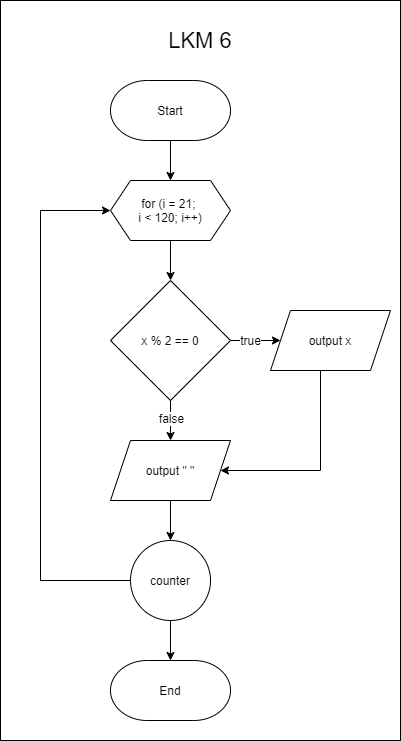
merizqiardi/Tugas-Perulangan keeps this draw.io diagram as 2. LKM 6/LKM PD 6 Flowchart.png. Above is the earlier version. Source tidied: cells renumbered, new cells last; positions are measured from the earlier drawing's top-left corner, leaving out a move shared by most shapes. Its diagram source:
```xml
<mxGraphModel>
  <root>
    <mxCell id="0" />
    <mxCell id="1" parent="0" />
    <mxCell id="2" style="rounded=0;whiteSpace=wrap;html=1;strokeColor=#000000;strokeWidth=1;fontSize=12;" parent="1" vertex="1">
      <mxGeometry width="400" height="740" as="geometry" />
    </mxCell>
    <mxCell id="3" style="edgeStyle=orthogonalEdgeStyle;rounded=0;jettySize=auto;html=1;" parent="1" edge="1" source="4" target="11">
      <mxGeometry relative="1" as="geometry" />
    </mxCell>
    <mxCell id="4" value="for (i = 21;&amp;nbsp;&lt;br&gt;i &amp;lt; 120; i++)" style="shape=hexagon;perimeter=hexagonPerimeter2;whiteSpace=wrap;html=1;fixedSize=1;" parent="1" vertex="1">
      <mxGeometry x="110" y="180" width="120" height="60" as="geometry" />
    </mxCell>
    <mxCell id="5" style="edgeStyle=orthogonalEdgeStyle;rounded=0;jettySize=auto;html=1;fontSize=12;" parent="1" edge="1" source="6" target="4">
      <mxGeometry relative="1" as="geometry" />
    </mxCell>
    <mxCell id="6" value="Start" style="strokeWidth=1;html=1;shape=mxgraph.flowchart.terminator;whiteSpace=wrap;" parent="1" vertex="1">
      <mxGeometry x="110" y="80" width="120" height="60" as="geometry" />
    </mxCell>
    <mxCell id="7" style="edgeStyle=orthogonalEdgeStyle;rounded=0;jettySize=auto;html=1;" parent="1" edge="1" source="11" target="13">
      <mxGeometry relative="1" as="geometry" />
    </mxCell>
    <mxCell id="8" value="true" style="edgeLabel;html=1;align=center;verticalAlign=middle;fontSize=12;" parent="7" vertex="1">
      <mxGeometry x="-0.24" y="3" relative="1" as="geometry">
        <mxPoint y="2" as="offset" />
      </mxGeometry>
    </mxCell>
    <mxCell id="9" style="edgeStyle=orthogonalEdgeStyle;rounded=0;jettySize=auto;html=1;fontSize=18;" parent="1" edge="1" source="11" target="15">
      <mxGeometry relative="1" as="geometry" />
    </mxCell>
    <mxCell id="10" value="false" style="edgeLabel;html=1;align=center;verticalAlign=middle;fontSize=12;" parent="9" vertex="1">
      <mxGeometry x="0.38" relative="1" as="geometry">
        <mxPoint y="-11" as="offset" />
      </mxGeometry>
    </mxCell>
    <mxCell id="11" value="x % 2 == 0" style="strokeWidth=1;html=1;shape=mxgraph.flowchart.decision;whiteSpace=wrap;" parent="1" vertex="1">
      <mxGeometry x="110" y="280" width="120" height="120" as="geometry" />
    </mxCell>
    <mxCell id="12" style="edgeStyle=orthogonalEdgeStyle;rounded=0;jettySize=auto;html=1;entryX=1;entryY=0.5;entryDx=0;entryDy=0;fontSize=12;" parent="1" edge="1" source="13" target="15">
      <mxGeometry relative="1" as="geometry">
        <Array as="points">
          <mxPoint x="320" y="470" />
        </Array>
      </mxGeometry>
    </mxCell>
    <mxCell id="13" value="output x" style="shape=parallelogram;perimeter=parallelogramPerimeter;whiteSpace=wrap;html=1;fixedSize=1;strokeWidth=1;" parent="1" vertex="1">
      <mxGeometry x="270" y="310" width="120" height="60" as="geometry" />
    </mxCell>
    <mxCell id="14" style="edgeStyle=orthogonalEdgeStyle;rounded=0;jettySize=auto;html=1;fontSize=12;" parent="1" edge="1" source="15" target="18">
      <mxGeometry relative="1" as="geometry" />
    </mxCell>
    <mxCell id="15" value="output &quot; &quot;" style="shape=parallelogram;perimeter=parallelogramPerimeter;whiteSpace=wrap;html=1;fixedSize=1;strokeWidth=1;" parent="1" vertex="1">
      <mxGeometry x="110" y="440" width="120" height="60" as="geometry" />
    </mxCell>
    <mxCell id="16" style="edgeStyle=orthogonalEdgeStyle;rounded=0;jettySize=auto;html=1;fontSize=12;entryX=0;entryY=0.5;entryDx=0;entryDy=0;" parent="1" edge="1" source="18" target="4">
      <mxGeometry relative="1" as="geometry">
        <Array as="points">
          <mxPoint x="40" y="580" />
          <mxPoint x="40" y="210" />
        </Array>
      </mxGeometry>
    </mxCell>
    <mxCell id="17" style="edgeStyle=orthogonalEdgeStyle;rounded=0;jettySize=auto;html=1;fontSize=12;" parent="1" edge="1" source="18" target="19">
      <mxGeometry relative="1" as="geometry" />
    </mxCell>
    <mxCell id="18" value="counter" style="ellipse;whiteSpace=wrap;html=1;strokeColor=#000000;strokeWidth=1;fontSize=12;" parent="1" vertex="1">
      <mxGeometry x="130" y="540" width="80" height="80" as="geometry" />
    </mxCell>
    <mxCell id="19" value="End" style="strokeWidth=1;html=1;shape=mxgraph.flowchart.terminator;whiteSpace=wrap;" parent="1" vertex="1">
      <mxGeometry x="110" y="660" width="120" height="60" as="geometry" />
    </mxCell>
    <mxCell id="20" value="&lt;font style=&quot;font-size: 22px&quot;&gt;LKM 6&lt;/font&gt;" style="text;html=1;strokeColor=none;fillColor=none;align=center;verticalAlign=middle;whiteSpace=wrap;rounded=0;fontSize=12;" parent="1" vertex="1">
      <mxGeometry x="130" y="30" width="140" height="20" as="geometry" />
    </mxCell>
  </root>
</mxGraphModel>
```
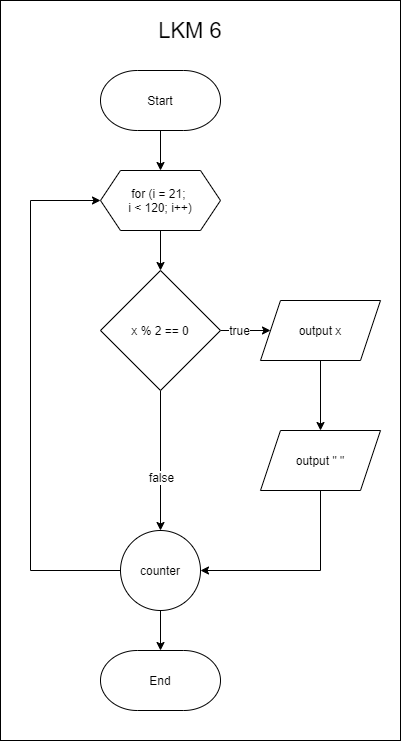
The same diagram one commit later.

Change to the diagram source:
```diff
@@ -3,7 +3,7 @@
     <mxCell id="0" />
     <mxCell id="1" parent="0" />
     <mxCell id="2" style="rounded=0;whiteSpace=wrap;html=1;strokeColor=#000000;strokeWidth=1;fontSize=12;" parent="1" vertex="1">
-      <mxGeometry width="400" height="740" as="geometry" />
+      <mxGeometry x="10" y="10" width="400" height="740" as="geometry" />
     </mxCell>
     <mxCell id="3" style="edgeStyle=orthogonalEdgeStyle;rounded=0;jettySize=auto;html=1;" parent="1" edge="1" source="4" target="11">
       <mxGeometry relative="1" as="geometry" />
@@ -25,7 +25,7 @@
         <mxPoint y="2" as="offset" />
       </mxGeometry>
     </mxCell>
-    <mxCell id="9" style="edgeStyle=orthogonalEdgeStyle;rounded=0;jettySize=auto;html=1;fontSize=18;" parent="1" edge="1" source="11" target="15">
+    <mxCell id="9" style="edgeStyle=orthogonalEdgeStyle;rounded=0;jettySize=auto;html=1;fontSize=18;entryX=0.5;entryY=0;entryDx=0;entryDy=0;" parent="1" edge="1" source="11" target="18">
       <mxGeometry relative="1" as="geometry" />
     </mxCell>
     <mxCell id="10" value="false" style="edgeLabel;html=1;align=center;verticalAlign=middle;fontSize=12;" parent="9" vertex="1">
@@ -36,22 +36,12 @@
     <mxCell id="11" value="x % 2 == 0" style="strokeWidth=1;html=1;shape=mxgraph.flowchart.decision;whiteSpace=wrap;" parent="1" vertex="1">
       <mxGeometry x="110" y="280" width="120" height="120" as="geometry" />
     </mxCell>
-    <mxCell id="12" style="edgeStyle=orthogonalEdgeStyle;rounded=0;jettySize=auto;html=1;entryX=1;entryY=0.5;entryDx=0;entryDy=0;fontSize=12;" parent="1" edge="1" source="13" target="15">
-      <mxGeometry relative="1" as="geometry">
-        <Array as="points">
-          <mxPoint x="320" y="470" />
-        </Array>
-      </mxGeometry>
+    <mxCell id="12" style="edgeStyle=orthogonalEdgeStyle;rounded=0;jettySize=auto;html=1;" parent="1" edge="1" source="13" target="15">
+      <mxGeometry relative="1" as="geometry" />
     </mxCell>
     <mxCell id="13" value="output x" style="shape=parallelogram;perimeter=parallelogramPerimeter;whiteSpace=wrap;html=1;fixedSize=1;strokeWidth=1;" parent="1" vertex="1">
       <mxGeometry x="270" y="310" width="120" height="60" as="geometry" />
     </mxCell>
-    <mxCell id="14" style="edgeStyle=orthogonalEdgeStyle;rounded=0;jettySize=auto;html=1;fontSize=12;" parent="1" edge="1" source="15" target="18">
-      <mxGeometry relative="1" as="geometry" />
-    </mxCell>
-    <mxCell id="15" value="output &quot; &quot;" style="shape=parallelogram;perimeter=parallelogramPerimeter;whiteSpace=wrap;html=1;fixedSize=1;strokeWidth=1;" parent="1" vertex="1">
-      <mxGeometry x="110" y="440" width="120" height="60" as="geometry" />
-    </mxCell>
     <mxCell id="16" style="edgeStyle=orthogonalEdgeStyle;rounded=0;jettySize=auto;html=1;fontSize=12;entryX=0;entryY=0.5;entryDx=0;entryDy=0;" parent="1" edge="1" source="18" target="4">
       <mxGeometry relative="1" as="geometry">
         <Array as="points">
@@ -72,5 +62,15 @@
     <mxCell id="20" value="&lt;font style=&quot;font-size: 22px&quot;&gt;LKM 6&lt;/font&gt;" style="text;html=1;strokeColor=none;fillColor=none;align=center;verticalAlign=middle;whiteSpace=wrap;rounded=0;fontSize=12;" parent="1" vertex="1">
       <mxGeometry x="130" y="30" width="140" height="20" as="geometry" />
     </mxCell>
+    <mxCell id="14" style="edgeStyle=orthogonalEdgeStyle;rounded=0;jettySize=auto;html=1;entryX=1;entryY=0.5;entryDx=0;entryDy=0;" parent="1" edge="1" source="15" target="18">
+      <mxGeometry relative="1" as="geometry">
+        <Array as="points">
+          <mxPoint x="330" y="580" />
+        </Array>
+      </mxGeometry>
+    </mxCell>
+    <mxCell id="15" value="output &quot; &quot;" style="shape=parallelogram;perimeter=parallelogramPerimeter;whiteSpace=wrap;html=1;fixedSize=1;strokeWidth=1;" parent="1" vertex="1">
+      <mxGeometry x="270" y="440" width="120" height="60" as="geometry" />
+    </mxCell>
   </root>
 </mxGraphModel>
```
